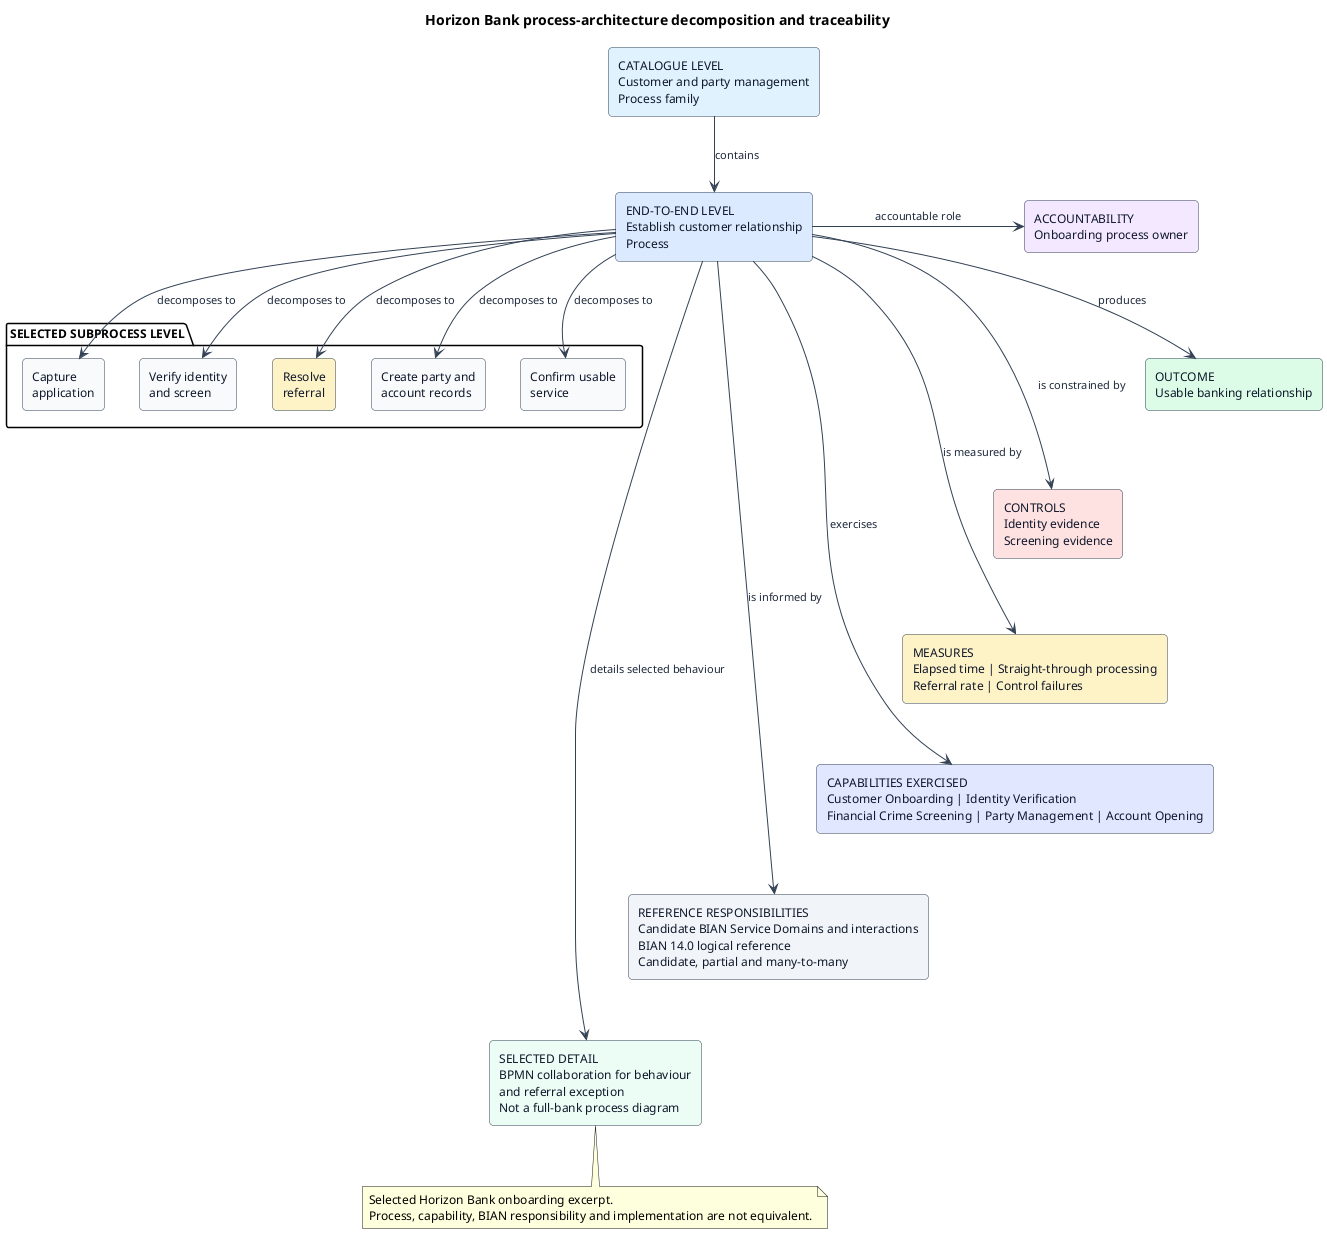
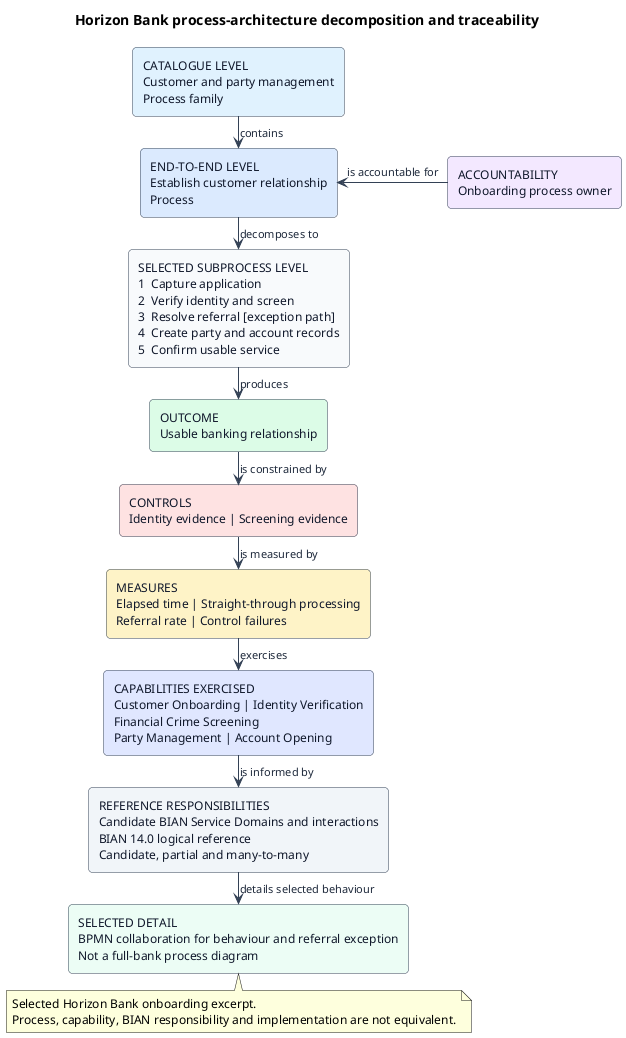
@startuml
title Horizon Bank process-architecture decomposition and traceability

skinparam backgroundColor #FFFFFF
skinparam defaultFontName Arial
skinparam defaultFontSize 12
skinparam shadowing false
+ skinparam ranksep 12
+ skinparam nodesep 18
skinparam ArrowColor #334155
skinparam ArrowFontColor #1E293B
skinparam ArrowFontSize 11
skinparam rectangle {
  BackgroundColor #F8FAFC
  BorderColor #334155
  FontColor #0F172A
  RoundCorner 8
}

rectangle "CATALOGUE LEVEL\nCustomer and party management\nProcess family" as FAMILY #E0F2FE
rectangle "END-TO-END LEVEL\nEstablish customer relationship\nProcess" as PROCESS #DBEAFE
+ rectangle "SELECTED SUBPROCESS LEVEL\n1  Capture application\n2  Verify identity and screen\n3  Resolve referral [exception path]\n4  Create party and account records\n5  Confirm usable service" as DECOMP #F8FAFC

- package "SELECTED SUBPROCESS LEVEL" #FFFFFF {
-   rectangle "Capture\napplication" as CAPTURE
-   rectangle "Verify identity\nand screen" as VERIFY
-   rectangle "Resolve\nreferral" as REFERRAL #FEF3C7
-   rectangle "Create party and\naccount records" as CREATE
-   rectangle "Confirm usable\nservice" as CONFIRM
-   CAPTURE -[hidden]right- VERIFY
-   VERIFY -[hidden]right- REFERRAL
-   REFERRAL -[hidden]right- CREATE
-   CREATE -[hidden]right- CONFIRM
- }
- 
+ rectangle "ACCOUNTABILITY\nOnboarding process owner" as OWNER #F3E8FF
rectangle "OUTCOME\nUsable banking relationship" as OUTCOME #DCFCE7
- rectangle "ACCOUNTABILITY\nOnboarding process owner" as OWNER #F3E8FF
- rectangle "CONTROLS\nIdentity evidence\nScreening evidence" as CONTROLS #FEE2E2
+ rectangle "CONTROLS\nIdentity evidence | Screening evidence" as CONTROLS #FEE2E2
rectangle "MEASURES\nElapsed time | Straight-through processing\nReferral rate | Control failures" as MEASURES #FEF3C7
- rectangle "CAPABILITIES EXERCISED\nCustomer Onboarding | Identity Verification\nFinancial Crime Screening | Party Management | Account Opening" as CAPS #E0E7FF
+ rectangle "CAPABILITIES EXERCISED\nCustomer Onboarding | Identity Verification\nFinancial Crime Screening\nParty Management | Account Opening" as CAPS #E0E7FF
rectangle "REFERENCE RESPONSIBILITIES\nCandidate BIAN Service Domains and interactions\nBIAN 14.0 logical reference\nCandidate, partial and many-to-many" as BIAN #F1F5F9
- rectangle "SELECTED DETAIL\nBPMN collaboration for behaviour\nand referral exception\nNot a full-bank process diagram" as BPMN #ECFDF5
+ rectangle "SELECTED DETAIL\nBPMN collaboration for behaviour and referral exception\nNot a full-bank process diagram" as BPMN #ECFDF5

FAMILY -down-> PROCESS : contains
- PROCESS -down-> CAPTURE : decomposes to
- PROCESS -down-> VERIFY : decomposes to
- PROCESS -down-> REFERRAL : decomposes to
- PROCESS -down-> CREATE : decomposes to
- PROCESS -down-> CONFIRM : decomposes to
- 
- OWNER -[hidden]down- OUTCOME
- OUTCOME -[hidden]down- CONTROLS
- CONTROLS -[hidden]down- MEASURES
- MEASURES -[hidden]down- CAPS
- CAPS -[hidden]down- BIAN
- BIAN -[hidden]down- BPMN
- 
- PROCESS -right-> OWNER : accountable role
- PROCESS -right-> OUTCOME : produces
- PROCESS -right-> CONTROLS : is constrained by
- PROCESS -right-> MEASURES : is measured by
- PROCESS -right-> CAPS : exercises
- PROCESS -right-> BIAN : is informed by
- PROCESS -right-> BPMN : details selected behaviour
+ OWNER -left-> PROCESS : is accountable for
+ PROCESS -down-> DECOMP : decomposes to
+ DECOMP -down-> OUTCOME : produces
+ OUTCOME -down-> CONTROLS : is constrained by
+ CONTROLS -down-> MEASURES : is measured by
+ MEASURES -down-> CAPS : exercises
+ CAPS -down-> BIAN : is informed by
+ BIAN -down-> BPMN : details selected behaviour

note bottom
  Selected Horizon Bank onboarding excerpt.
  Process, capability, BIAN responsibility and implementation are not equivalent.
end note
@enduml
